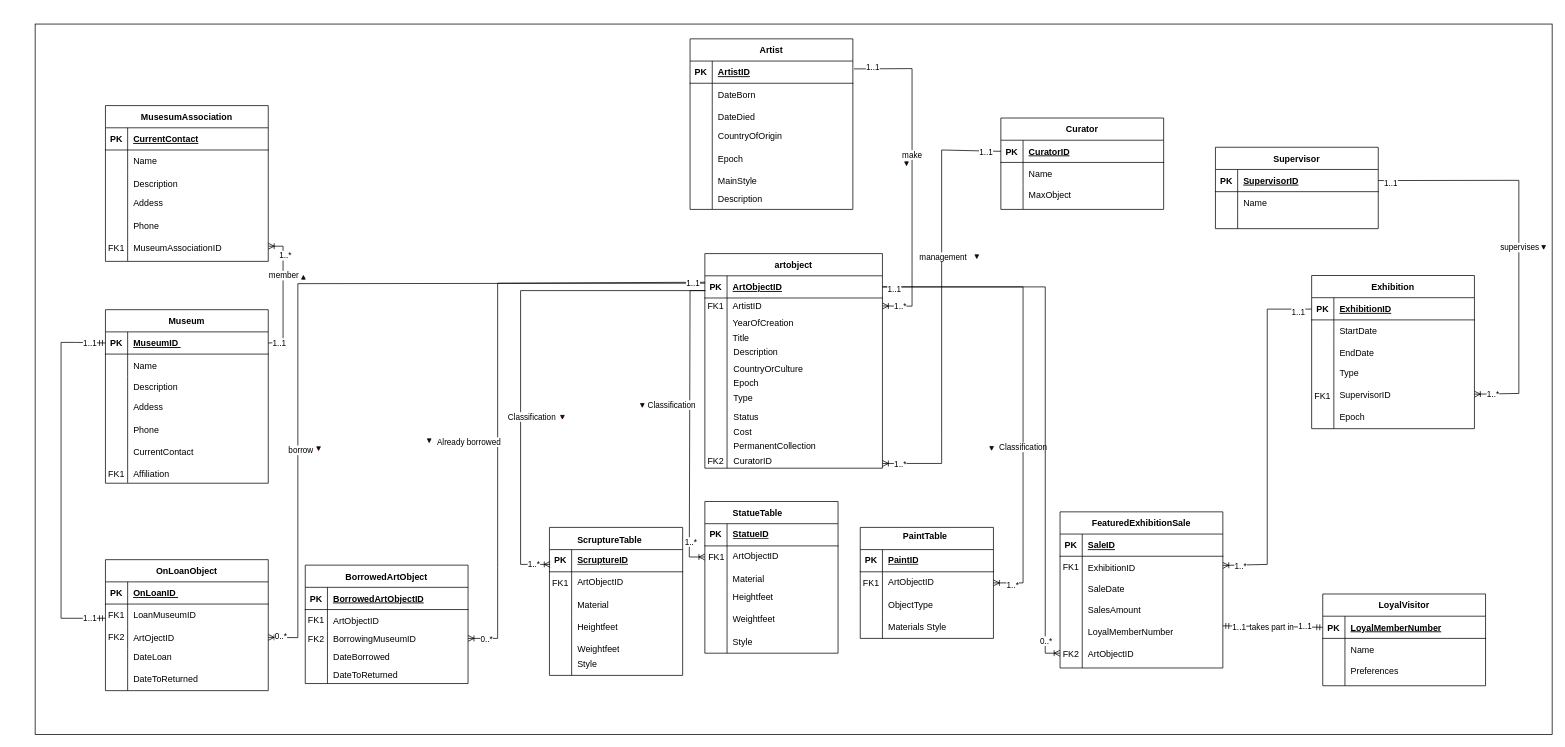
This is 未命名绘图.drawio from rz871256465/ERmodel, a draw.io file, before an edit. Source tidied: cells renumbered, new cells numbered last; positions are measured from the earlier drawing's top-left corner, leaving out a move shared by most shapes. Both pictures are drawn from the tidied source at 74%, with x=0, y=0 at pixel (35, 24).
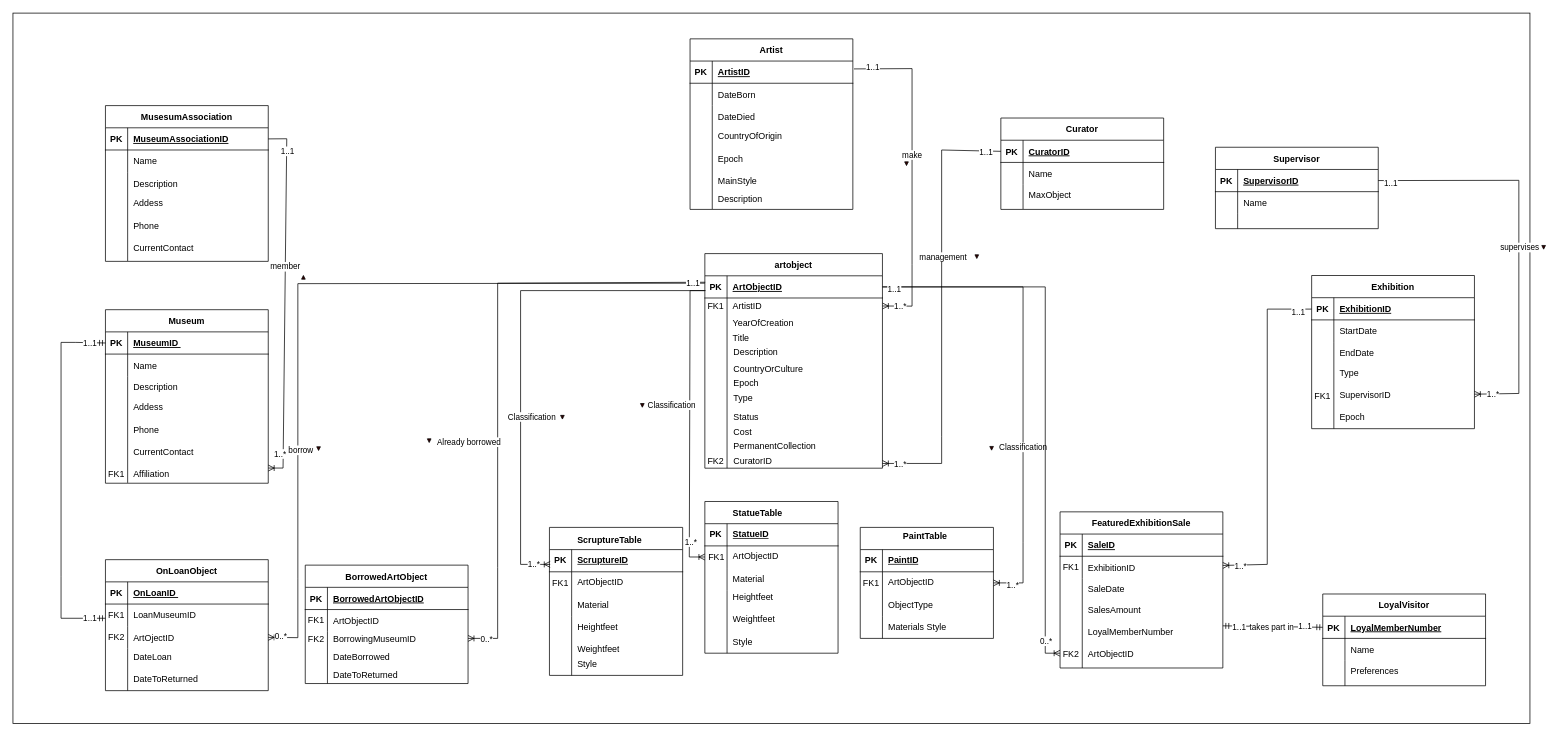
The same diagram, later.

Commit message (it also covers changes not shown here):
更新未命名绘图.drawio

Unchanged cells that the change refers to:
```xml
<mxCell id="123" style="shape=partialRectangle;fillColor=none;points=[[0,0.5],[1,0.5]];portConstraint=eastwest;top=0;left=0;right=0;bottom=1;" parent="122" vertex="1">
  <mxGeometry y="30" width="220" height="30" as="geometry" />
</mxCell>
<mxCell id="139" style="shape=partialRectangle;fillColor=none;points=[[0,0.5],[1,0.5]];portConstraint=eastwest;top=0;left=0;right=0;bottom=1;" parent="138" vertex="1">
  <mxGeometry y="30" width="220" height="30" as="geometry" />
</mxCell>
```

Change to the diagram source:
```diff
@@
     <mxCell id="2" style="rounded=0;whiteSpace=wrap;html=1;" parent="1" vertex="1">
-      <mxGeometry width="2050" height="960" as="geometry" />
+      <mxGeometry x="-30" y="-14.8" width="2050" height="960" as="geometry" />
     </mxCell>
@@
-    <mxCell id="141" value="CurrentContact" style="shape=partialRectangle;overflow=hidden;fillColor=none;top=0;left=0;bottom=0;right=0;align=left;spacingLeft=6;fontStyle=5;" parent="139" vertex="1">
+    <mxCell id="141" value="MuseumAssociationID" style="shape=partialRectangle;overflow=hidden;fillColor=none;top=0;left=0;bottom=0;right=0;align=left;spacingLeft=6;fontStyle=5;" parent="139" vertex="1">
       <mxGeometry x="30" width="190" height="30" as="geometry" />
     </mxCell>
@@
-    <mxCell id="151" value="MuseumAssociationID" style="shape=partialRectangle;overflow=hidden;fillColor=none;top=0;left=0;bottom=0;right=0;align=left;spacingLeft=6;" parent="1" vertex="1">
+    <mxCell id="151" value="CurrentContact" style="shape=partialRectangle;overflow=hidden;fillColor=none;top=0;left=0;bottom=0;right=0;align=left;spacingLeft=6;" parent="1" vertex="1">
       <mxGeometry x="125" y="286.8" width="190" height="30" as="geometry" />
     </mxCell>
-    <mxCell id="152" value="FK1" style="shape=partialRectangle;overflow=hidden;fillColor=none;top=0;left=0;bottom=0;right=0;" parent="1" vertex="1">
-      <mxGeometry x="95" y="286.8" width="30" height="30" as="geometry" />
-    </mxCell>
@@
-    <mxCell id="156" style="endArrow=none;html=1;rounded=0;entryX=1;entryY=0.5;entryDx=0;entryDy=0;endFill=0;startArrow=ERoneToMany;startFill=0;" parent="1" edge="1" target="123">
+    <mxCell id="156" style="endArrow=ERoneToMany;html=1;rounded=0;endFill=0;startArrow=none;startFill=0;exitX=1;exitY=0.5;exitDx=0;exitDy=0;" parent="1" edge="1" source="139">
       <mxGeometry relative="1" as="geometry">
-        <mxPoint x="315" y="300.2" as="sourcePoint" />
+        <mxPoint x="315" y="600" as="targetPoint" />
         <Array as="points">
-          <mxPoint x="335" y="300.2" />
-          <mxPoint x="335" y="430.2" />
+          <mxPoint x="340" y="155" />
+          <mxPoint x="335" y="600" />
         </Array>
       </mxGeometry>
     </mxCell>
@@
     <mxCell id="158" value="1..1" style="edgeLabel;html=1;align=center;verticalAlign=middle;" parent="156" vertex="1">
-      <mxGeometry x="0.84" relative="1" as="geometry" />
+      <mxGeometry x="0.84" relative="1" as="geometry">
+        <mxPoint x="5" y="-409" as="offset" />
+      </mxGeometry>
     </mxCell>
     <mxCell id="159" value="1..*" style="edgeLabel;html=1;align=center;verticalAlign=middle;" parent="156" vertex="1">
-      <mxGeometry x="-0.62" y="2" relative="1" as="geometry" />
+      <mxGeometry x="-0.62" y="2" relative="1" as="geometry">
+        <mxPoint x="-11" y="357" as="offset" />
+      </mxGeometry>
     </mxCell>
```
